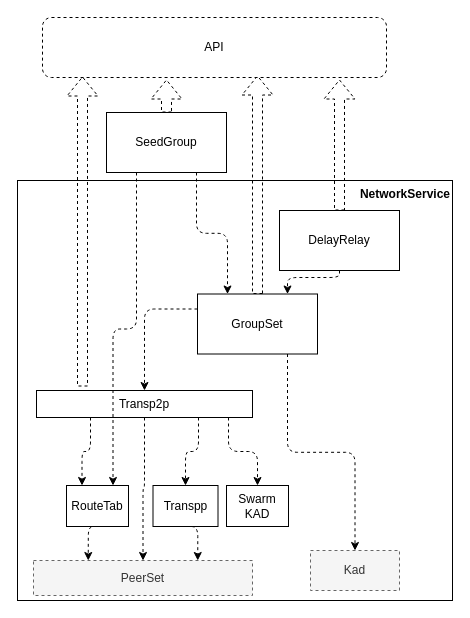
plotozhu/PynxDoc keeps this draw.io diagram as page "Page-5" (5 of 9) of 设计说明/system.drawio. Above is the earlier version. Source tidied: cells renumbered, new cells numbered last; positions are measured from the earlier drawing's top-left corner, leaving out a move shared by most shapes. Both pictures are drawn from the tidied source at 100%, with x=0, y=0 at pixel (17, 17).
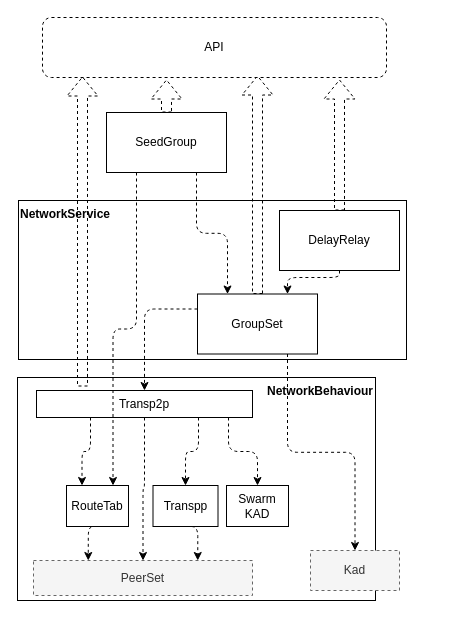
The same page after the edit.

Diff of the diagram source:
```diff
@@
+    <mxCell id="28" value="NetworkService" style="rounded=0;whiteSpace=wrap;html=1;align=left;verticalAlign=top;fontStyle=1;" parent="1" vertex="1">
+      <mxGeometry x="1" y="183" width="388" height="159" as="geometry" />
+    </mxCell>
-    <mxCell id="2" value="NetworkService" style="rounded=0;whiteSpace=wrap;html=1;fontStyle=1;align=right;verticalAlign=top;" parent="1" vertex="1">
-      <mxGeometry y="163" width="435" height="420" as="geometry" />
+    <mxCell id="2" value="NetworkBehaviour" style="rounded=0;whiteSpace=wrap;html=1;fontStyle=1;align=right;verticalAlign=top;" parent="1" vertex="1">
+      <mxGeometry y="360" width="358" height="223" as="geometry" />
     </mxCell>
```
